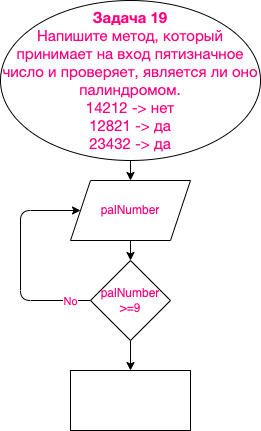
belkst/CSharp keeps this draw.io diagram as HomeWork03/Task19/diagram.drawio.png. Above is the earlier version. Source tidied: cells renumbered, new cells last; positions are measured from the earlier drawing's top-left corner, leaving out a move shared by most shapes. Its diagram source:
```xml
<mxGraphModel>
  <root>
    <mxCell id="0" />
    <mxCell id="1" parent="0" />
    <mxCell id="2" style="edgeStyle=none;html=1;fontColor=#FF0080;" parent="1" edge="1" source="3" target="5">
      <mxGeometry relative="1" as="geometry" />
    </mxCell>
    <mxCell id="3" value="&lt;p style=&quot;box-sizing: border-box ; margin: 0px ; font-family: &amp;#34;roboto&amp;#34; , &amp;#34;san francisco&amp;#34; , &amp;#34;helvetica neue&amp;#34; , &amp;#34;helvetica&amp;#34; , &amp;#34;arial&amp;#34; ; font-size: 15px&quot;&gt;&lt;span style=&quot;box-sizing: border-box ; font-weight: 700&quot;&gt;&lt;font color=&quot;#ff0080&quot;&gt;Задача 19&lt;/font&gt;&lt;/span&gt;&lt;/p&gt;&lt;p style=&quot;box-sizing: border-box ; margin: 0px ; font-family: &amp;#34;roboto&amp;#34; , &amp;#34;san francisco&amp;#34; , &amp;#34;helvetica neue&amp;#34; , &amp;#34;helvetica&amp;#34; , &amp;#34;arial&amp;#34; ; font-size: 15px&quot;&gt;&lt;font color=&quot;#ff0080&quot;&gt;Напишите метод, который принимает на вход пятизначное число и проверяет, является ли оно палиндромом.&lt;/font&gt;&lt;/p&gt;&lt;p style=&quot;box-sizing: border-box ; margin: 0px ; font-family: &amp;#34;roboto&amp;#34; , &amp;#34;san francisco&amp;#34; , &amp;#34;helvetica neue&amp;#34; , &amp;#34;helvetica&amp;#34; , &amp;#34;arial&amp;#34; ; font-size: 15px&quot;&gt;&lt;font color=&quot;#ff0080&quot;&gt;14212 -&amp;gt; нет&lt;/font&gt;&lt;/p&gt;&lt;p style=&quot;box-sizing: border-box ; margin: 0px ; font-family: &amp;#34;roboto&amp;#34; , &amp;#34;san francisco&amp;#34; , &amp;#34;helvetica neue&amp;#34; , &amp;#34;helvetica&amp;#34; , &amp;#34;arial&amp;#34; ; font-size: 15px&quot;&gt;&lt;font color=&quot;#ff0080&quot;&gt;12821 -&amp;gt; да&lt;/font&gt;&lt;/p&gt;&lt;p style=&quot;box-sizing: border-box ; margin: 0px ; font-family: &amp;#34;roboto&amp;#34; , &amp;#34;san francisco&amp;#34; , &amp;#34;helvetica neue&amp;#34; , &amp;#34;helvetica&amp;#34; , &amp;#34;arial&amp;#34; ; font-size: 15px&quot;&gt;&lt;font color=&quot;#ff0080&quot;&gt;23432 -&amp;gt; да&lt;/font&gt;&lt;/p&gt;" style="ellipse;whiteSpace=wrap;html=1;" parent="1" vertex="1">
      <mxGeometry width="260" height="160" as="geometry" />
    </mxCell>
    <mxCell id="4" style="edgeStyle=none;html=1;exitX=0.5;exitY=1;exitDx=0;exitDy=0;entryX=0.5;entryY=0;entryDx=0;entryDy=0;fontColor=#FF0080;" parent="1" edge="1" source="5" target="9">
      <mxGeometry relative="1" as="geometry" />
    </mxCell>
    <mxCell id="5" value="palNumber" style="shape=parallelogram;perimeter=parallelogramPerimeter;whiteSpace=wrap;html=1;fixedSize=1;fontColor=#FF0080;" parent="1" vertex="1">
      <mxGeometry x="70" y="180" width="120" height="60" as="geometry" />
    </mxCell>
    <mxCell id="6" style="edgeStyle=none;html=1;exitX=0;exitY=0.5;exitDx=0;exitDy=0;entryX=0;entryY=0.5;entryDx=0;entryDy=0;fontColor=#FF0080;" parent="1" edge="1" source="9" target="5">
      <mxGeometry relative="1" as="geometry">
        <Array as="points">
          <mxPoint x="20" y="300" />
          <mxPoint x="20" y="210" />
        </Array>
      </mxGeometry>
    </mxCell>
    <mxCell id="7" value="No" style="edgeLabel;html=1;align=center;verticalAlign=middle;fontColor=#FF0080;" parent="6" vertex="1">
      <mxGeometry x="-0.8" y="2" relative="1" as="geometry">
        <mxPoint x="1" y="-2" as="offset" />
      </mxGeometry>
    </mxCell>
    <mxCell id="8" style="edgeStyle=none;html=1;exitX=0.5;exitY=1;exitDx=0;exitDy=0;entryX=0.5;entryY=0;entryDx=0;entryDy=0;fontColor=#FF0080;" parent="1" edge="1" source="9" target="10">
      <mxGeometry relative="1" as="geometry" />
    </mxCell>
    <mxCell id="9" value="&lt;span&gt;palNumber &amp;gt;=9&lt;/span&gt;" style="rhombus;whiteSpace=wrap;html=1;fontColor=#FF0080;" parent="1" vertex="1">
      <mxGeometry x="90" y="260" width="80" height="80" as="geometry" />
    </mxCell>
    <mxCell id="10" style="rounded=0;whiteSpace=wrap;html=1;fontColor=#FF0080;" parent="1" vertex="1">
      <mxGeometry x="70" y="370" width="120" height="60" as="geometry" />
    </mxCell>
  </root>
</mxGraphModel>
```
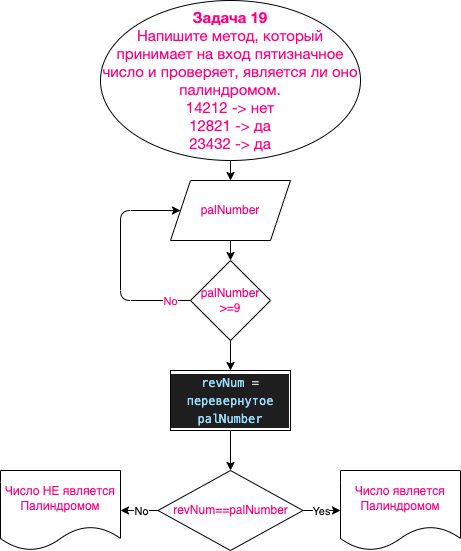
After the change.

Commit message:
Дорешал 19 задачу, составил блоксхему

Diff of the diagram source:
```diff
@@ -33,8 +33,34 @@
     <mxCell id="9" value="&lt;span&gt;palNumber &amp;gt;=9&lt;/span&gt;" style="rhombus;whiteSpace=wrap;html=1;fontColor=#FF0080;" parent="1" vertex="1">
       <mxGeometry x="90" y="260" width="80" height="80" as="geometry" />
     </mxCell>
+    <mxCell id="11" style="edgeStyle=none;html=1;" parent="1" edge="1" source="10" target="16">
+      <mxGeometry relative="1" as="geometry" />
+    </mxCell>
-    <mxCell id="10" style="rounded=0;whiteSpace=wrap;html=1;fontColor=#FF0080;" parent="1" vertex="1">
+    <mxCell id="10" value="&lt;div style=&quot;background-color: rgb(30 , 30 , 30) ; font-family: &amp;#34;menlo&amp;#34; , &amp;#34;monaco&amp;#34; , &amp;#34;courier new&amp;#34; , monospace ; line-height: 18px&quot;&gt;&lt;div&gt;&lt;span style=&quot;color: rgb(156 , 220 , 254)&quot;&gt;revNum&lt;/span&gt;&lt;font color=&quot;#d4d4d4&quot;&gt; = &lt;/font&gt;&lt;font color=&quot;#9cdcfe&quot;&gt;перевернутое palNumber&lt;/font&gt;&lt;/div&gt;&lt;/div&gt;" style="rounded=0;whiteSpace=wrap;html=1;fontColor=#FF0080;" parent="1" vertex="1">
       <mxGeometry x="70" y="370" width="120" height="60" as="geometry" />
     </mxCell>
+    <mxCell id="12" style="edgeStyle=none;html=1;" parent="1" edge="1" source="16" target="17">
+      <mxGeometry relative="1" as="geometry" />
+    </mxCell>
+    <mxCell id="13" value="Yes" style="edgeLabel;html=1;align=center;verticalAlign=middle;" parent="12" vertex="1">
+      <mxGeometry x="0.19" relative="1" as="geometry">
+        <mxPoint x="-4" as="offset" />
+      </mxGeometry>
+    </mxCell>
+    <mxCell id="14" style="edgeStyle=none;html=1;exitX=0;exitY=0.5;exitDx=0;exitDy=0;entryX=1;entryY=0.5;entryDx=0;entryDy=0;" parent="1" edge="1" source="16" target="18">
+      <mxGeometry relative="1" as="geometry" />
+    </mxCell>
+    <mxCell id="15" value="No" style="edgeLabel;html=1;align=center;verticalAlign=middle;" parent="14" vertex="1">
+      <mxGeometry x="-0.11" relative="1" as="geometry" />
+    </mxCell>
+    <mxCell id="16" value="revNum==palNumber" style="rhombus;whiteSpace=wrap;html=1;fontColor=#FF0080;rounded=0;" parent="1" vertex="1">
+      <mxGeometry x="57.5" y="470" width="145" height="80" as="geometry" />
+    </mxCell>
+    <mxCell id="17" value="Число является Палиндромом" style="shape=document;whiteSpace=wrap;html=1;boundedLbl=1;fontColor=#FF0080;rounded=0;" parent="1" vertex="1">
+      <mxGeometry x="240" y="470" width="120" height="80" as="geometry" />
+    </mxCell>
+    <mxCell id="18" value="Число НЕ является Палиндромом" style="shape=document;whiteSpace=wrap;html=1;boundedLbl=1;fontColor=#FF0080;rounded=0;" parent="1" vertex="1">
+      <mxGeometry x="-100" y="470" width="120" height="80" as="geometry" />
+    </mxCell>
   </root>
 </mxGraphModel>
```
